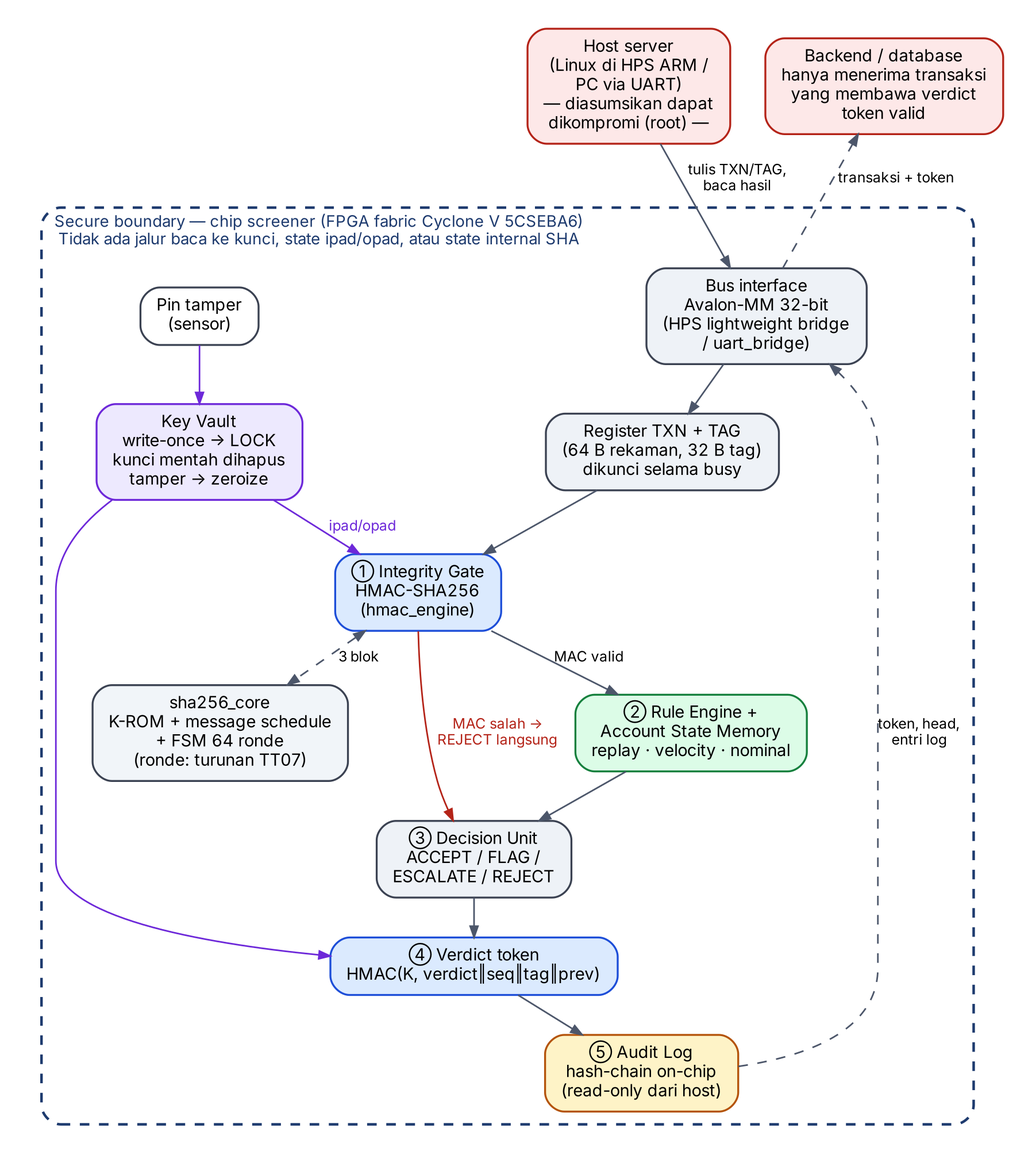
This is docs/fig/block_diagram.png from Thbetyfu/Peruri-Chip-Gateway-e-Meterai-dan-Keaslian-Dokumen-Digital, a Graphviz export, as it was before one commit. Its source is kept beside it as docs/block_diagram.dot.
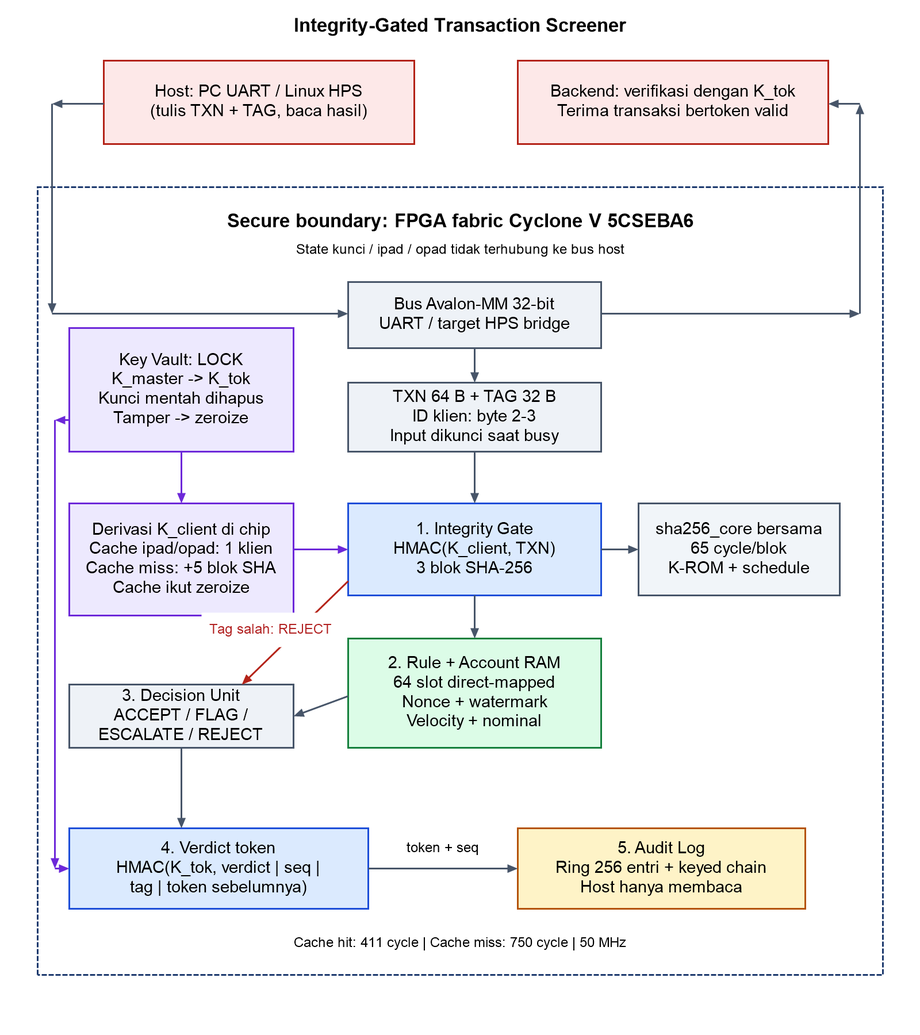
Later version of the same file.

Change to the diagram source:
```diff
@@ -12,13 +12,14 @@
 
     bus  [label="Bus interface\nAvalon-MM 32-bit\n(HPS lightweight bridge\n/ uart_bridge)"];
     regs [label="Register TXN + TAG\n(64 B rekaman, 32 B tag)\ndikunci selama busy"];
-    gate [label="① Integrity Gate\nHMAC-SHA256\n(hmac_engine)", fillcolor="#dbeafe", color="#1d4ed8"];
+    gate [label="① Integrity Gate\nHMAC-SHA256(K_client)\n(hmac_engine)", fillcolor="#dbeafe", color="#1d4ed8"];
     core [label="sha256_core\nK-ROM + message schedule\n+ FSM 64 ronde\n(ronde: turunan TT07)", fillcolor="#f1f5f9"];
-    rule [label="② Rule Engine +\nAccount State Memory\nreplay · velocity · nominal", fillcolor="#dcfce7", color="#15803d"];
+    rule [label="② Rule Engine +\n64-slot Account RAM\nnonce + timestamp watermark\nvelocity · nominal", fillcolor="#dcfce7", color="#15803d"];
     dec  [label="③ Decision Unit\nACCEPT / FLAG /\nESCALATE / REJECT"];
-    tok  [label="④ Verdict token\nHMAC(K, verdict‖seq‖tag‖prev)", fillcolor="#dbeafe", color="#1d4ed8"];
+    tok  [label="④ Verdict token\nHMAC(K_tok, verdict‖seq‖tag‖prev)", fillcolor="#dbeafe", color="#1d4ed8"];
     log  [label="⑤ Audit Log\nhash-chain on-chip\n(read-only dari host)", fillcolor="#fef3c7", color="#b45309"];
-    vault[label="Key Vault\nwrite-once → LOCK\nkunci mentah dihapus\ntamper → zeroize", fillcolor="#ede9fe", color="#6d28d9"];
+    vault[label="Key Vault\nwrite-once → LOCK\nK_master → K_tok\nkunci mentah dihapus\ntamper → zeroize", fillcolor="#ede9fe", color="#6d28d9"];
+    cache[label="Derivasi K_client di chip\nCache ipad/opad 1 klien\ncache miss: +5 blok SHA\ntamper → zeroize", fillcolor="#ede9fe", color="#6d28d9"];
     tpin [label="Pin tamper\n(sensor)", shape=box, fillcolor="#ffffff"];
   }
 
@@ -32,7 +33,8 @@
   dec -> tok;
   tok -> log;
   log -> bus [label="token, head,\nentri log", style=dashed];
-  vault -> gate [label="ipad/opad", color="#6d28d9", fontcolor="#6d28d9"];
+  vault -> cache [label="state master", color="#6d28d9", fontcolor="#6d28d9"];
+  cache -> gate [label="state klien", color="#6d28d9", fontcolor="#6d28d9"];
   vault -> tok [color="#6d28d9"];
   tpin -> vault [color="#6d28d9"];
   bus -> backend [label="transaksi + token", style=dashed];
```
